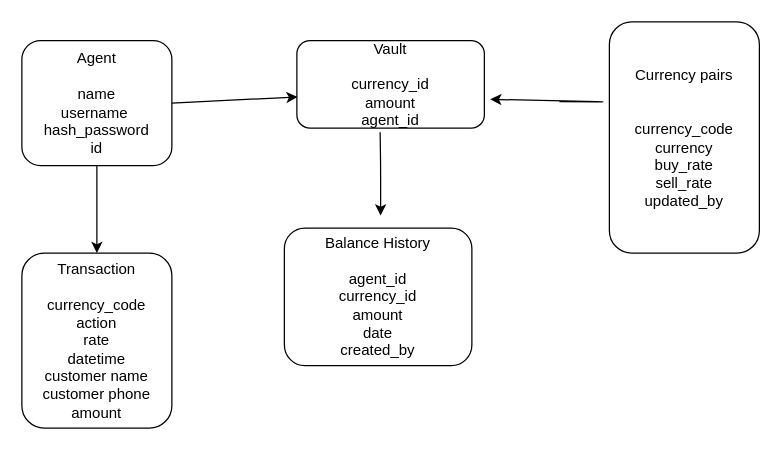
The draw.io diagram diags.drawio in spykat21/currency_trader, before the edit. Source tidied: cells renumbered, new cells numbered last; positions are measured from the earlier drawing's top-left corner, leaving out a move shared by most shapes. Both pictures are drawn from the tidied source at 125%, with x=0, y=0 at pixel (21, 21).
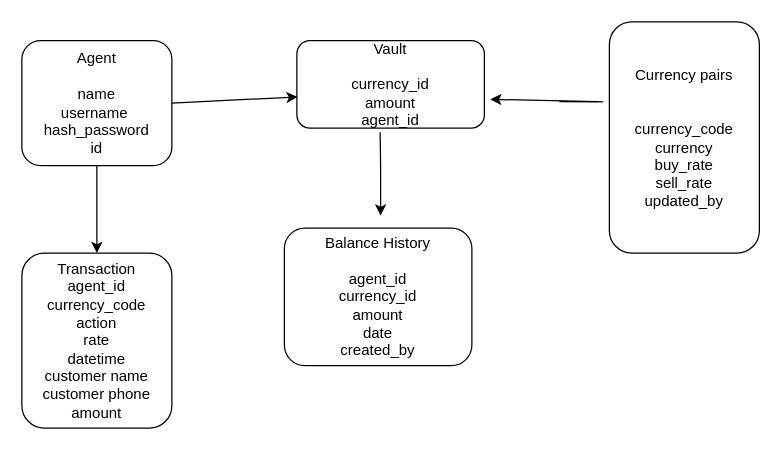
After the change.

What changed in the source:
```diff
@@
 <mxGraphModel>
   <root>
     <mxCell id="0" />
     <mxCell id="1" parent="0" />
     <mxCell id="2" value="Agent&lt;br&gt;&lt;br&gt;name&lt;br&gt;username&amp;nbsp;&lt;br&gt;hash_password&lt;br&gt;id" style="rounded=1;whiteSpace=wrap;html=1;" parent="1" vertex="1">
       <mxGeometry y="15" width="120" height="100" as="geometry" />
     </mxCell>
     <mxCell id="3" value="Currency pairs&lt;br&gt;&lt;br&gt;&lt;br&gt;currency_code&lt;br&gt;currency&lt;br&gt;buy_rate&lt;br&gt;sell_rate&lt;br&gt;updated_by" style="rounded=1;whiteSpace=wrap;html=1;" parent="1" vertex="1">
       <mxGeometry x="470" width="120" height="185" as="geometry" />
     </mxCell>
-    <mxCell id="4" value="Transaction&lt;br&gt;&lt;br&gt;currency_code&lt;br&gt;action&lt;br&gt;rate&lt;br&gt;datetime&lt;br&gt;customer name&lt;br&gt;customer phone&lt;br&gt;amount" style="rounded=1;whiteSpace=wrap;html=1;" parent="1" vertex="1">
+    <mxCell id="4" value="Transaction&lt;br&gt;agent_id&lt;br&gt;currency_code&lt;br&gt;action&lt;br&gt;rate&lt;br&gt;datetime&lt;br&gt;customer name&lt;br&gt;customer phone&lt;br&gt;amount" style="rounded=1;whiteSpace=wrap;html=1;" parent="1" vertex="1">
       <mxGeometry y="185" width="120" height="140" as="geometry" />
     </mxCell>
     <mxCell id="5" value="Vault&lt;br&gt;&lt;br&gt;currency_id&lt;br&gt;amount&lt;br&gt;agent_id" style="rounded=1;whiteSpace=wrap;html=1;" parent="1" vertex="1">
       <mxGeometry x="220" y="15" width="150" height="70" as="geometry" />
     </mxCell>
     <mxCell id="6" value="Balance History&lt;br&gt;&lt;br&gt;agent_id&lt;br&gt;currency_id&lt;br&gt;amount&lt;br&gt;date&lt;br&gt;created_by" style="rounded=1;whiteSpace=wrap;html=1;" parent="1" vertex="1">
       <mxGeometry x="210" y="165" width="150" height="110" as="geometry" />
     </mxCell>
     <mxCell id="7" style="endArrow=classic;html=1;exitX=1;exitY=0.5;exitDx=0;exitDy=0;entryX=0.004;entryY=0.643;entryDx=0;entryDy=0;entryPerimeter=0;" parent="1" edge="1" source="2" target="5">
       <mxGeometry relative="1" as="geometry" />
     </mxCell>
     <mxCell id="8" style="endArrow=classic;html=1;exitX=0.444;exitY=1.048;exitDx=0;exitDy=0;exitPerimeter=0;" parent="1" edge="1" source="5">
       <mxGeometry relative="1" as="geometry">
         <mxPoint x="287" y="155" as="targetPoint" />
         <Array as="points">
           <mxPoint x="287" y="115" />
         </Array>
       </mxGeometry>
     </mxCell>
     <mxCell id="9" style="endArrow=classic;html=1;" parent="1" edge="1" source="2">
       <mxGeometry relative="1" as="geometry">
         <mxPoint x="60" y="185" as="targetPoint" />
       </mxGeometry>
     </mxCell>
     <mxCell id="10" style="endArrow=classic;html=1;exitX=1;exitY=0.5;exitDx=0;exitDy=0;entryX=1.031;entryY=0.671;entryDx=0;entryDy=0;entryPerimeter=0;" parent="1" edge="1" target="5">
       <mxGeometry relative="1" as="geometry">
         <mxPoint x="430" y="63.8" as="sourcePoint" />
         <Array as="points">
           <mxPoint x="470" y="64" />
         </Array>
       </mxGeometry>
     </mxCell>
   </root>
 </mxGraphModel>
```
